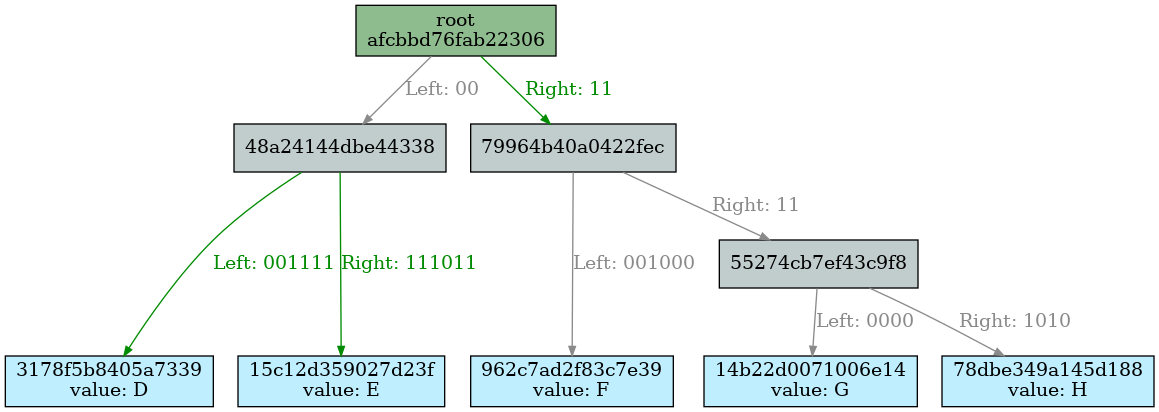
Earlier version of the Graphviz export docs/merkle_tree/merge/right_branches.dot.png (juicebox-systems/juicebox-hsm-realm). Its source is kept beside it as docs/merkle_tree/merge/right_branches.dot.
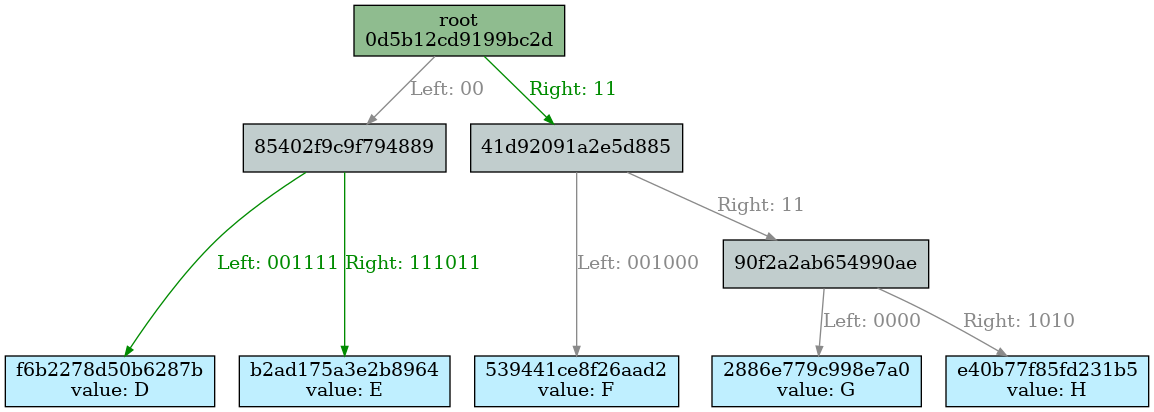
After the change.

Diff of the diagram source:
```diff
@@ -1,44 +1,44 @@
 Digraph merkletree {
 
-hafcbbd76fab22306 -> h48a24144dbe44338 [arrowsize=0.7 color=gray54 fontcolor=gray54 label="Left: 00\l" nojustify=true ];
-h48a24144dbe44338 -> h3178f5b8405a7339 [arrowsize=0.7 color=green4 fillcolor=green4 fontcolor=green4 label="Left: 001111" nojustify=true ];
-h48a24144dbe44338 -> h15c12d359027d23f [arrowsize=0.7 color=green4 fillcolor=green4 fontcolor=green4 label="Right: 111011" nojustify=true ];
-hafcbbd76fab22306 -> h79964b40a0422fec [arrowsize=0.7 color=green4 fillcolor=green4 fontcolor=green4 label="Right: 11\l" nojustify=true ];
-h79964b40a0422fec -> h962c7ad2f83c7e39 [arrowsize=0.7 color=gray54 fontcolor=gray54 label="Left: 001000" nojustify=true ];
-h79964b40a0422fec -> h55274cb7ef43c9f8 [arrowsize=0.7 color=gray54 fontcolor=gray54 label="Right: 11\l" nojustify=true ];
-h55274cb7ef43c9f8 -> h14b22d0071006e14 [arrowsize=0.7 color=gray54 fontcolor=gray54 label="Left: 0000" nojustify=true ];
-h55274cb7ef43c9f8 -> h78dbe349a145d188 [arrowsize=0.7 color=gray54 fontcolor=gray54 label="Right: 1010" nojustify=true ];
+h0d5b12cd9199bc2d -> h85402f9c9f794889 [arrowsize=0.7 color=gray54 fontcolor=gray54 label="Left: 00" nojustify=true ];
+h85402f9c9f794889 -> hf6b2278d50b6287b [arrowsize=0.7 color=green4 fillcolor=green4 fontcolor=green4 label="Left: 001111" nojustify=true ];
+h85402f9c9f794889 -> hb2ad175a3e2b8964 [arrowsize=0.7 color=green4 fillcolor=green4 fontcolor=green4 label="Right: 111011" nojustify=true ];
+h0d5b12cd9199bc2d -> h41d92091a2e5d885 [arrowsize=0.7 color=green4 fillcolor=green4 fontcolor=green4 label="Right: 11" nojustify=true ];
+h41d92091a2e5d885 -> h539441ce8f26aad2 [arrowsize=0.7 color=gray54 fontcolor=gray54 label="Left: 001000" nojustify=true ];
+h41d92091a2e5d885 -> h90f2a2ab654990ae [arrowsize=0.7 color=gray54 fontcolor=gray54 label="Right: 11" nojustify=true ];
+h90f2a2ab654990ae -> h2886e779c998e7a0 [arrowsize=0.7 color=gray54 fontcolor=gray54 label="Left: 0000" nojustify=true ];
+h90f2a2ab654990ae -> he40b77f85fd231b5 [arrowsize=0.7 color=gray54 fontcolor=gray54 label="Right: 1010" nojustify=true ];
 
 Subgraph depth_0 {
 rank=same
 
-hafcbbd76fab22306 [fillcolor=darkseagreen label="root\nafcbbd76fab22306" ordering=out shape=box style=filled ];
+h0d5b12cd9199bc2d [fillcolor=darkseagreen label="root\n0d5b12cd9199bc2d" ordering=out shape=box style=filled ];
 }
 
 
 Subgraph depth_2 {
 rank=same
 
-h48a24144dbe44338 [fillcolor=azure3 label="48a24144dbe44338" ordering=out shape=box style=filled ];
-h79964b40a0422fec [fillcolor=azure3 label="79964b40a0422fec" ordering=out shape=box style=filled ];
+h85402f9c9f794889 [fillcolor=azure3 label="85402f9c9f794889" ordering=out shape=box style=filled ];
+h41d92091a2e5d885 [fillcolor=azure3 label="41d92091a2e5d885" ordering=out shape=box style=filled ];
 }
 
 
 Subgraph depth_256 {
 rank=same
 
-h3178f5b8405a7339 [fillcolor=lightblue1 label="3178f5b8405a7339\nvalue: D" ordering=out shape=box style=filled ];
-h15c12d359027d23f [fillcolor=lightblue1 label="15c12d359027d23f\nvalue: E" ordering=out shape=box style=filled ];
-h962c7ad2f83c7e39 [fillcolor=lightblue1 label="962c7ad2f83c7e39\nvalue: F" ordering=out shape=box style=filled ];
-h14b22d0071006e14 [fillcolor=lightblue1 label="14b22d0071006e14\nvalue: G" ordering=out shape=box style=filled ];
-h78dbe349a145d188 [fillcolor=lightblue1 label="78dbe349a145d188\nvalue: H" ordering=out shape=box style=filled ];
+hf6b2278d50b6287b [fillcolor=lightblue1 label="f6b2278d50b6287b\nvalue: D" ordering=out shape=box style=filled ];
+hb2ad175a3e2b8964 [fillcolor=lightblue1 label="b2ad175a3e2b8964\nvalue: E" ordering=out shape=box style=filled ];
+h539441ce8f26aad2 [fillcolor=lightblue1 label="539441ce8f26aad2\nvalue: F" ordering=out shape=box style=filled ];
+h2886e779c998e7a0 [fillcolor=lightblue1 label="2886e779c998e7a0\nvalue: G" ordering=out shape=box style=filled ];
+he40b77f85fd231b5 [fillcolor=lightblue1 label="e40b77f85fd231b5\nvalue: H" ordering=out shape=box style=filled ];
 }
 
 
 Subgraph depth_4 {
 rank=same
 
-h55274cb7ef43c9f8 [fillcolor=azure3 label="55274cb7ef43c9f8" ordering=out shape=box style=filled ];
+h90f2a2ab654990ae [fillcolor=azure3 label="90f2a2ab654990ae" ordering=out shape=box style=filled ];
 }
 
 }
```
